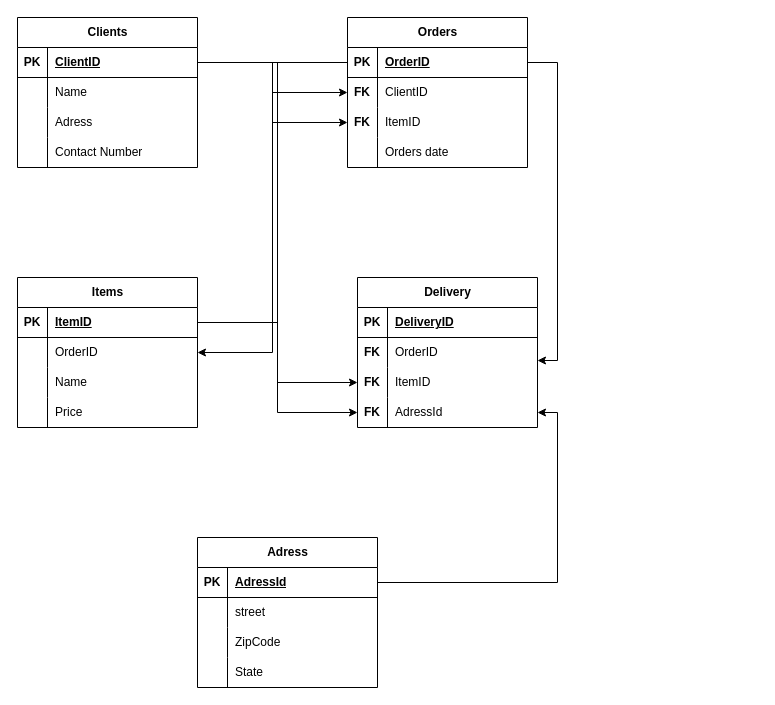
Earlier version of the draw.io diagram tools/Untitled Diagram.drawio (melsiddieg/pc). Source tidied: cells renumbered, new cells numbered last; positions are measured from the earlier drawing's top-left corner, leaving out a move shared by most shapes. Both pictures are drawn from the tidied source at 100%, with x=0, y=0 at pixel (17, 17).
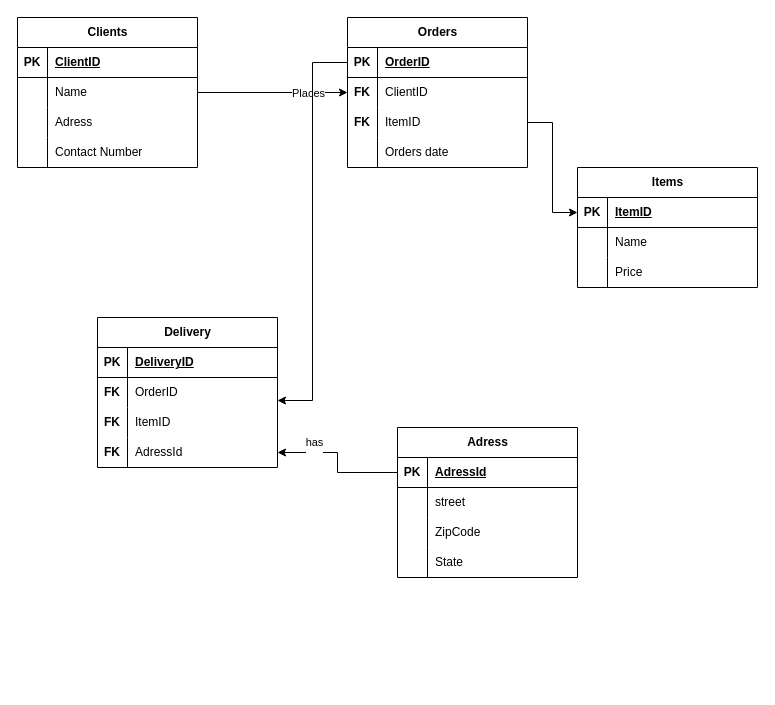
The same diagram, later.

Unchanged cells that the change refers to:
```xml
<mxCell id="3" style="shape=tableRow;horizontal=0;startSize=0;swimlaneHead=0;swimlaneBody=0;fillColor=none;points=[[0,0.5],[1,0.5]];portConstraint=eastwest;top=0;left=0;right=0;bottom=1;" parent="2" vertex="1">
  <mxGeometry y="30" width="180" height="30" as="geometry" />
</mxCell>
<mxCell id="16" style="shape=tableRow;horizontal=0;startSize=0;swimlaneHead=0;swimlaneBody=0;fillColor=none;points=[[0,0.5],[1,0.5]];portConstraint=eastwest;top=0;left=0;right=0;bottom=1;" parent="15" vertex="1">
  <mxGeometry y="30" width="180" height="30" as="geometry" />
</mxCell>
<mxCell id="19" style="shape=tableRow;horizontal=0;startSize=0;swimlaneHead=0;swimlaneBody=0;fillColor=none;points=[[0,0.5],[1,0.5]];portConstraint=eastwest;top=0;left=0;right=0;bottom=0;" parent="15" vertex="1">
  <mxGeometry y="60" width="180" height="30" as="geometry" />
</mxCell>
<mxCell id="22" style="shape=tableRow;horizontal=0;startSize=0;swimlaneHead=0;swimlaneBody=0;fillColor=none;points=[[0,0.5],[1,0.5]];portConstraint=eastwest;top=0;left=0;right=0;bottom=0;" parent="15" vertex="1">
  <mxGeometry y="90" width="180" height="30" as="geometry" />
</mxCell>
<mxCell id="29" style="shape=tableRow;horizontal=0;startSize=0;swimlaneHead=0;swimlaneBody=0;fillColor=none;points=[[0,0.5],[1,0.5]];portConstraint=eastwest;top=0;left=0;right=0;bottom=1;" parent="28" vertex="1">
  <mxGeometry y="30" width="180" height="30" as="geometry" />
</mxCell>
<mxCell id="48" style="shape=tableRow;horizontal=0;startSize=0;swimlaneHead=0;swimlaneBody=0;fillColor=none;points=[[0,0.5],[1,0.5]];portConstraint=eastwest;top=0;left=0;right=0;bottom=0;" parent="41" vertex="1">
  <mxGeometry y="90" width="180" height="30" as="geometry" />
</mxCell>
<mxCell id="51" style="shape=tableRow;horizontal=0;startSize=0;swimlaneHead=0;swimlaneBody=0;fillColor=none;points=[[0,0.5],[1,0.5]];portConstraint=eastwest;top=0;left=0;right=0;bottom=0;" parent="41" vertex="1">
  <mxGeometry y="120" width="180" height="30" as="geometry" />
</mxCell>
<mxCell id="73" style="edgeStyle=orthogonalEdgeStyle;rounded=0;jettySize=auto;html=1;entryX=1;entryY=0.5;entryDx=0;entryDy=0;" parent="1" edge="1" source="61" target="51">
  <mxGeometry relative="1" as="geometry" />
</mxCell>
```

Diff of the diagram source:
```diff
@@
     <mxCell id="28" value="Items" style="shape=table;startSize=30;childLayout=tableLayout;rowLines=0;fontStyle=1;align=center;html=1;" parent="1" vertex="1">
-      <mxGeometry y="260" width="180" height="150" as="geometry" />
+      <mxGeometry x="560" y="150" width="180" height="120" as="geometry" />
     </mxCell>
@@
-    <mxCell id="32" style="shape=tableRow;horizontal=0;startSize=0;swimlaneHead=0;swimlaneBody=0;fillColor=none;points=[[0,0.5],[1,0.5]];portConstraint=eastwest;top=0;left=0;right=0;bottom=0;" parent="28" vertex="1">
-      <mxGeometry y="60" width="180" height="30" as="geometry" />
-    </mxCell>
-    <mxCell id="33" style="shape=partialRectangle;fillColor=none;top=0;left=0;bottom=0;right=0;overflow=hidden;whiteSpace=wrap;html=1;" parent="32" vertex="1">
-      <mxGeometry width="30" height="30" as="geometry" />
-    </mxCell>
-    <mxCell id="34" value="OrderID" style="shape=partialRectangle;fillColor=none;top=0;left=0;bottom=0;right=0;align=left;spacingLeft=6;overflow=hidden;whiteSpace=wrap;html=1;" parent="32" vertex="1">
-      <mxGeometry x="30" width="150" height="30" as="geometry" />
-    </mxCell>
     <mxCell id="35" style="shape=tableRow;horizontal=0;startSize=0;swimlaneHead=0;swimlaneBody=0;fillColor=none;top=0;left=0;right=0;bottom=0;" parent="28" vertex="1">
-      <mxGeometry y="90" width="180" height="30" as="geometry" />
+      <mxGeometry y="60" width="180" height="30" as="geometry" />
     </mxCell>
@@
     <mxCell id="38" style="shape=tableRow;horizontal=0;startSize=0;swimlaneHead=0;swimlaneBody=0;fillColor=none;top=0;left=0;right=0;bottom=0;" parent="28" vertex="1">
-      <mxGeometry y="120" width="180" height="30" as="geometry" />
+      <mxGeometry y="90" width="180" height="30" as="geometry" />
     </mxCell>
@@
     <mxCell id="41" value="Delivery" style="shape=table;startSize=30;childLayout=tableLayout;rowLines=0;fontStyle=1;align=center;html=1;" parent="1" vertex="1">
-      <mxGeometry x="340" y="260" width="180" height="150" as="geometry" />
+      <mxGeometry x="80" y="300" width="180" height="150" as="geometry" />
     </mxCell>
@@
     <mxCell id="54" style="edgeStyle=orthogonalEdgeStyle;rounded=0;jettySize=auto;html=1;entryX=0;entryY=0.5;entryDx=0;entryDy=0;" parent="1" edge="1" source="3" target="19">
-      <mxGeometry relative="1" as="geometry" />
+      <mxGeometry relative="1" as="geometry">
+        <Array as="points">
+          <mxPoint x="180" y="75" />
+        </Array>
+      </mxGeometry>
     </mxCell>
-    <mxCell id="55" style="edgeStyle=orthogonalEdgeStyle;rounded=0;jettySize=auto;html=1;entryX=1;entryY=0.5;entryDx=0;entryDy=0;" parent="1" edge="1" source="16" target="32">
-      <mxGeometry relative="1" as="geometry" />
-    </mxCell>
-    <mxCell id="56" style="edgeStyle=orthogonalEdgeStyle;rounded=0;jettySize=auto;html=1;" parent="1" edge="1" source="3" target="51">
-      <mxGeometry relative="1" as="geometry" />
-    </mxCell>
-    <mxCell id="57" style="edgeStyle=orthogonalEdgeStyle;rounded=0;jettySize=auto;html=1;entryX=0;entryY=0.5;entryDx=0;entryDy=0;" parent="1" edge="1" source="29" target="22">
-      <mxGeometry relative="1" as="geometry" />
-    </mxCell>
-    <mxCell id="58" style="edgeStyle=orthogonalEdgeStyle;rounded=0;jettySize=auto;html=1;entryX=0;entryY=0.5;entryDx=0;entryDy=0;" parent="1" edge="1" source="29" target="48">
-      <mxGeometry relative="1" as="geometry" />
-    </mxCell>
+    <mxCell id="74" value="Places" style="edgeLabel;html=1;align=center;verticalAlign=middle;" parent="54" vertex="1">
+      <mxGeometry x="0.51" relative="1" as="geometry" />
+    </mxCell>
@@
     <mxCell id="60" value="Adress" style="shape=table;startSize=30;childLayout=tableLayout;rowLines=0;fontStyle=1;align=center;html=1;" parent="1" vertex="1">
-      <mxGeometry x="180" y="520" width="180" height="150" as="geometry" />
+      <mxGeometry x="380" y="410" width="180" height="150" as="geometry" />
     </mxCell>
@@
+    <mxCell id="75" value="&lt;div&gt;has&lt;/div&gt;&lt;div&gt;&lt;br&gt;&lt;/div&gt;" style="edgeLabel;html=1;align=center;verticalAlign=middle;" parent="73" vertex="1">
+      <mxGeometry x="0.48" y="-4" relative="1" as="geometry" />
+    </mxCell>
+    <mxCell id="76" style="edgeStyle=orthogonalEdgeStyle;rounded=0;jettySize=auto;html=1;exitX=1;exitY=0.5;exitDx=0;exitDy=0;entryX=0;entryY=0.5;entryDx=0;entryDy=0;" parent="1" edge="1" source="22" target="29">
+      <mxGeometry relative="1" as="geometry" />
+    </mxCell>
```
